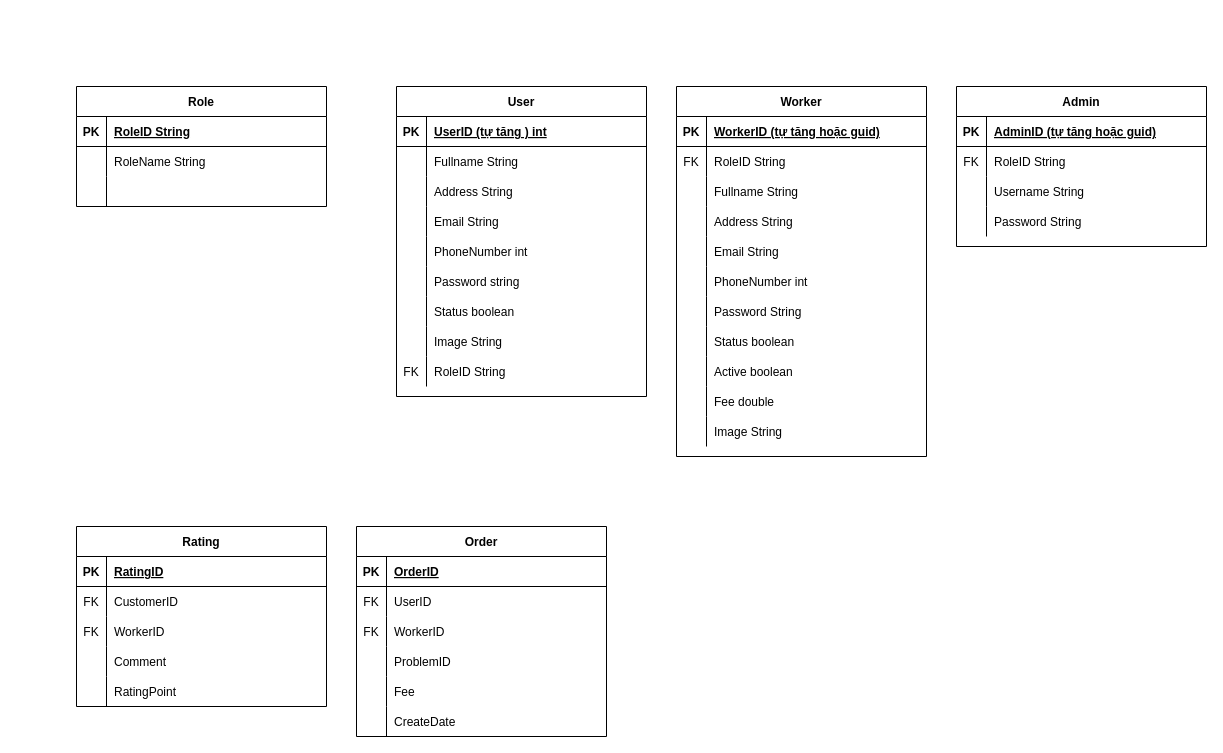
tan0976861/RepairHomeElectricsBooking keeps this draw.io diagram as Database_Version1.drawio. Above is the earlier version. Source tidied: cells renumbered, new cells numbered last; positions are measured from the earlier drawing's top-left corner, leaving out a move shared by most shapes. Both pictures are drawn from the tidied source at 100%, with x=0, y=0 at pixel (76, 86).
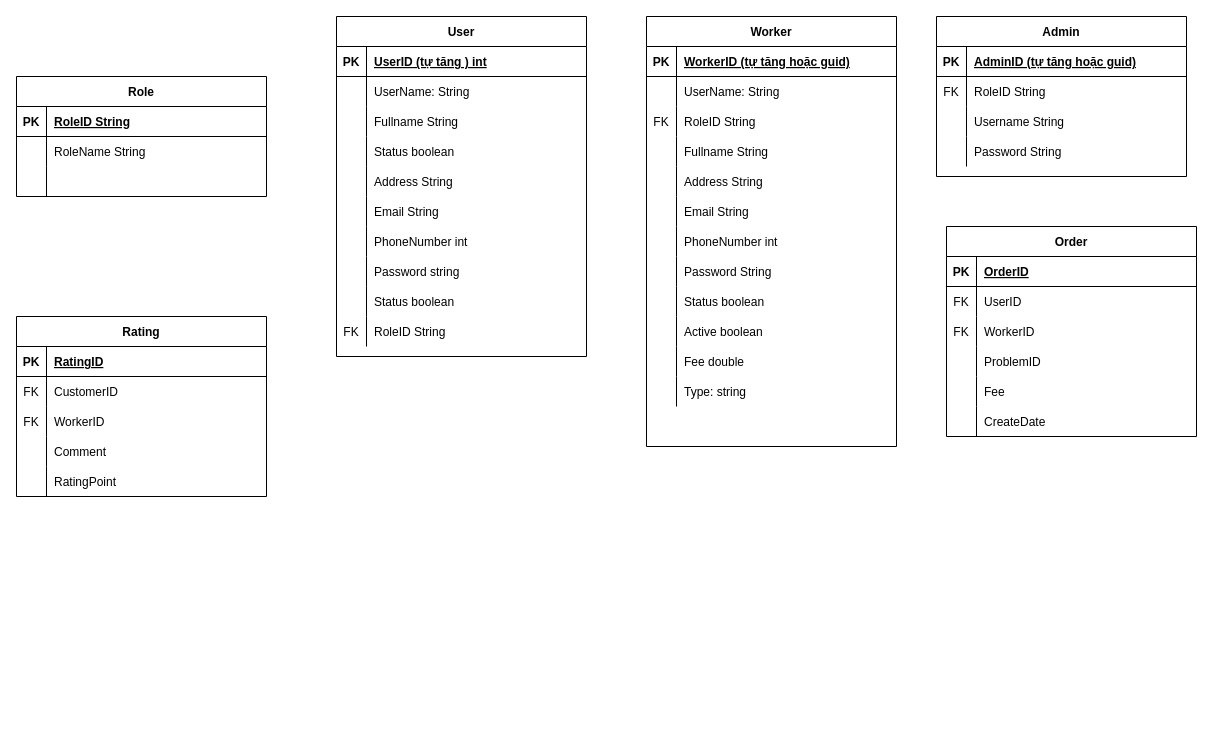
The same page after the edit.

Diff of the diagram source:
```diff
@@
     <mxCell id="2" value="Role" style="shape=table;startSize=30;childLayout=tableLayout;rowLines=0;fontStyle=1;align=center;" parent="1" vertex="1">
-      <mxGeometry width="250" height="120" as="geometry" />
+      <mxGeometry x="-60" y="-10" width="250" height="120" as="geometry" />
     </mxCell>
@@
     <mxCell id="12" value="User" style="shape=table;startSize=30;childLayout=tableLayout;rowLines=0;fontStyle=1;align=center;" parent="1" vertex="1">
-      <mxGeometry x="320" width="250" height="310" as="geometry" />
+      <mxGeometry x="260" y="-70" width="250" height="340" as="geometry" />
     </mxCell>
@@
+    <mxCell id="34" style="shape=partialRectangle;fillColor=none;top=0;left=0;right=0;bottom=0;" parent="12" vertex="1">
+      <mxGeometry y="60" width="250" height="30" as="geometry" />
+    </mxCell>
+    <mxCell id="35" style="shape=partialRectangle;overflow=hidden;fillColor=none;top=0;left=0;bottom=0;right=0;" parent="34" vertex="1">
+      <mxGeometry width="30" height="30" as="geometry" />
+    </mxCell>
+    <mxCell id="36" value="UserName: String" style="shape=partialRectangle;overflow=hidden;fillColor=none;top=0;left=0;bottom=0;right=0;align=left;spacingLeft=6;" parent="34" vertex="1">
+      <mxGeometry x="30" width="220" height="30" as="geometry" />
+    </mxCell>
     <mxCell id="16" style="shape=partialRectangle;fillColor=none;top=0;left=0;right=0;bottom=0;" parent="12" vertex="1">
-      <mxGeometry y="60" width="250" height="30" as="geometry" />
+      <mxGeometry y="90" width="250" height="30" as="geometry" />
     </mxCell>
@@
+    <mxCell id="122" style="shape=partialRectangle;fillColor=none;top=0;left=0;right=0;bottom=0;" parent="12" vertex="1">
+      <mxGeometry y="120" width="250" height="30" as="geometry" />
+    </mxCell>
+    <mxCell id="123" style="shape=partialRectangle;overflow=hidden;fillColor=none;top=0;left=0;bottom=0;right=0;" parent="122" vertex="1">
+      <mxGeometry width="30" height="30" as="geometry" />
+    </mxCell>
+    <mxCell id="124" value="Status boolean" style="shape=partialRectangle;overflow=hidden;fillColor=none;top=0;left=0;bottom=0;right=0;align=left;spacingLeft=6;" parent="122" vertex="1">
+      <mxGeometry x="30" width="220" height="30" as="geometry" />
+    </mxCell>
     <mxCell id="19" style="shape=partialRectangle;fillColor=none;top=0;left=0;right=0;bottom=0;" parent="12" vertex="1">
-      <mxGeometry y="90" width="250" height="30" as="geometry" />
+      <mxGeometry y="150" width="250" height="30" as="geometry" />
     </mxCell>
@@
     <mxCell id="22" style="shape=partialRectangle;fillColor=none;top=0;left=0;right=0;bottom=0;" parent="12" vertex="1">
-      <mxGeometry y="120" width="250" height="30" as="geometry" />
+      <mxGeometry y="180" width="250" height="30" as="geometry" />
     </mxCell>
@@
     <mxCell id="25" style="shape=partialRectangle;fillColor=none;top=0;left=0;right=0;bottom=0;" parent="12" vertex="1">
-      <mxGeometry y="150" width="250" height="30" as="geometry" />
+      <mxGeometry y="210" width="250" height="30" as="geometry" />
     </mxCell>
@@
     <mxCell id="28" style="shape=partialRectangle;fillColor=none;top=0;left=0;right=0;bottom=0;" parent="12" vertex="1">
-      <mxGeometry y="180" width="250" height="30" as="geometry" />
+      <mxGeometry y="240" width="250" height="30" as="geometry" />
     </mxCell>
@@
     <mxCell id="31" style="shape=partialRectangle;fillColor=none;top=0;left=0;right=0;bottom=0;" parent="12" vertex="1">
-      <mxGeometry y="210" width="250" height="30" as="geometry" />
+      <mxGeometry y="270" width="250" height="30" as="geometry" />
     </mxCell>
@@
-    <mxCell id="34" style="shape=partialRectangle;fillColor=none;top=0;left=0;right=0;bottom=0;" parent="12" vertex="1">
-      <mxGeometry y="240" width="250" height="30" as="geometry" />
-    </mxCell>
-    <mxCell id="35" style="shape=partialRectangle;overflow=hidden;fillColor=none;top=0;left=0;bottom=0;right=0;" parent="34" vertex="1">
-      <mxGeometry width="30" height="30" as="geometry" />
-    </mxCell>
-    <mxCell id="36" value="Image String" style="shape=partialRectangle;overflow=hidden;fillColor=none;top=0;left=0;bottom=0;right=0;align=left;spacingLeft=6;" parent="34" vertex="1">
-      <mxGeometry x="30" width="220" height="30" as="geometry" />
-    </mxCell>
     <mxCell id="37" style="shape=partialRectangle;fillColor=none;top=0;left=0;right=0;bottom=0;" parent="12" vertex="1">
-      <mxGeometry y="270" width="250" height="30" as="geometry" />
+      <mxGeometry y="300" width="250" height="30" as="geometry" />
     </mxCell>
@@
     <mxCell id="40" value="Worker" style="shape=table;startSize=30;childLayout=tableLayout;rowLines=0;fontStyle=1;align=center;" parent="1" vertex="1">
-      <mxGeometry x="600" width="250" height="370" as="geometry" />
+      <mxGeometry x="570" y="-70" width="250" height="430" as="geometry" />
     </mxCell>
@@
+    <mxCell id="125" style="shape=partialRectangle;fillColor=none;top=0;left=0;right=0;bottom=0;" parent="40" vertex="1">
+      <mxGeometry y="60" width="250" height="30" as="geometry" />
+    </mxCell>
+    <mxCell id="126" style="shape=partialRectangle;overflow=hidden;fillColor=none;top=0;left=0;bottom=0;right=0;" parent="125" vertex="1">
+      <mxGeometry width="30" height="30" as="geometry" />
+    </mxCell>
+    <mxCell id="127" value="UserName: String" style="shape=partialRectangle;overflow=hidden;fillColor=none;top=0;left=0;bottom=0;right=0;align=left;spacingLeft=6;" parent="125" vertex="1">
+      <mxGeometry x="30" width="220" height="30" as="geometry" />
+    </mxCell>
     <mxCell id="44" style="shape=partialRectangle;fillColor=none;top=0;left=0;right=0;bottom=0;" parent="40" vertex="1">
-      <mxGeometry y="60" width="250" height="30" as="geometry" />
+      <mxGeometry y="90" width="250" height="30" as="geometry" />
     </mxCell>
@@
     <mxCell id="47" style="shape=partialRectangle;fillColor=none;top=0;left=0;right=0;bottom=0;" parent="40" vertex="1">
-      <mxGeometry y="90" width="250" height="30" as="geometry" />
+      <mxGeometry y="120" width="250" height="30" as="geometry" />
     </mxCell>
@@
     <mxCell id="50" style="shape=partialRectangle;fillColor=none;top=0;left=0;right=0;bottom=0;" parent="40" vertex="1">
-      <mxGeometry y="120" width="250" height="30" as="geometry" />
+      <mxGeometry y="150" width="250" height="30" as="geometry" />
     </mxCell>
@@
     <mxCell id="53" style="shape=partialRectangle;fillColor=none;top=0;left=0;right=0;bottom=0;" parent="40" vertex="1">
-      <mxGeometry y="150" width="250" height="30" as="geometry" />
+      <mxGeometry y="180" width="250" height="30" as="geometry" />
     </mxCell>
@@
     <mxCell id="56" style="shape=partialRectangle;fillColor=none;top=0;left=0;right=0;bottom=0;" parent="40" vertex="1">
-      <mxGeometry y="180" width="250" height="30" as="geometry" />
+      <mxGeometry y="210" width="250" height="30" as="geometry" />
     </mxCell>
@@
     <mxCell id="59" style="shape=partialRectangle;fillColor=none;top=0;left=0;right=0;bottom=0;" parent="40" vertex="1">
-      <mxGeometry y="210" width="250" height="30" as="geometry" />
+      <mxGeometry y="240" width="250" height="30" as="geometry" />
     </mxCell>
@@
     <mxCell id="62" style="shape=partialRectangle;fillColor=none;top=0;left=0;right=0;bottom=0;" parent="40" vertex="1">
-      <mxGeometry y="240" width="250" height="30" as="geometry" />
+      <mxGeometry y="270" width="250" height="30" as="geometry" />
     </mxCell>
@@
     <mxCell id="65" style="shape=partialRectangle;fillColor=none;top=0;left=0;right=0;bottom=0;" parent="40" vertex="1">
-      <mxGeometry y="270" width="250" height="30" as="geometry" />
+      <mxGeometry y="300" width="250" height="30" as="geometry" />
     </mxCell>
@@
     <mxCell id="68" style="shape=partialRectangle;fillColor=none;top=0;left=0;right=0;bottom=0;" parent="40" vertex="1">
-      <mxGeometry y="300" width="250" height="30" as="geometry" />
+      <mxGeometry y="330" width="250" height="30" as="geometry" />
     </mxCell>
@@
-    <mxCell id="71" style="shape=partialRectangle;fillColor=none;top=0;left=0;right=0;bottom=0;" parent="40" vertex="1">
-      <mxGeometry y="330" width="250" height="30" as="geometry" />
-    </mxCell>
-    <mxCell id="72" style="shape=partialRectangle;overflow=hidden;fillColor=none;top=0;left=0;bottom=0;right=0;" parent="71" vertex="1">
-      <mxGeometry width="30" height="30" as="geometry" />
-    </mxCell>
-    <mxCell id="73" value="Image String" style="shape=partialRectangle;overflow=hidden;fillColor=none;top=0;left=0;bottom=0;right=0;align=left;spacingLeft=6;" parent="71" vertex="1">
-      <mxGeometry x="30" width="220" height="30" as="geometry" />
-    </mxCell>
+    <mxCell id="128" style="shape=partialRectangle;fillColor=none;top=0;left=0;right=0;bottom=0;" parent="40" vertex="1">
+      <mxGeometry y="360" width="250" height="30" as="geometry" />
+    </mxCell>
+    <mxCell id="129" style="shape=partialRectangle;overflow=hidden;fillColor=none;top=0;left=0;bottom=0;right=0;" parent="128" vertex="1">
+      <mxGeometry width="30" height="30" as="geometry" />
+    </mxCell>
+    <mxCell id="130" value="Type: string" style="shape=partialRectangle;overflow=hidden;fillColor=none;top=0;left=0;bottom=0;right=0;align=left;spacingLeft=6;" parent="128" vertex="1">
+      <mxGeometry x="30" width="220" height="30" as="geometry" />
+    </mxCell>
     <mxCell id="74" value="Admin" style="shape=table;startSize=30;childLayout=tableLayout;rowLines=0;fontStyle=1;align=center;" parent="1" vertex="1">
-      <mxGeometry x="880" width="250" height="160" as="geometry" />
+      <mxGeometry x="860" y="-70" width="250" height="160" as="geometry" />
     </mxCell>
@@
     <mxCell id="87" value="Rating" style="shape=table;startSize=30;childLayout=tableLayout;rowLines=0;fontStyle=1;align=center;" parent="1" vertex="1">
-      <mxGeometry y="440" width="250" height="180" as="geometry" />
+      <mxGeometry x="-60" y="230" width="250" height="180" as="geometry" />
     </mxCell>
@@
     <mxCell id="103" value="Order" style="shape=table;startSize=30;childLayout=tableLayout;rowLines=0;fontStyle=1;align=center;" parent="1" vertex="1">
-      <mxGeometry x="280" y="440" width="250" height="210" as="geometry" />
+      <mxGeometry x="870" y="140" width="250" height="210" as="geometry" />
     </mxCell>
```
